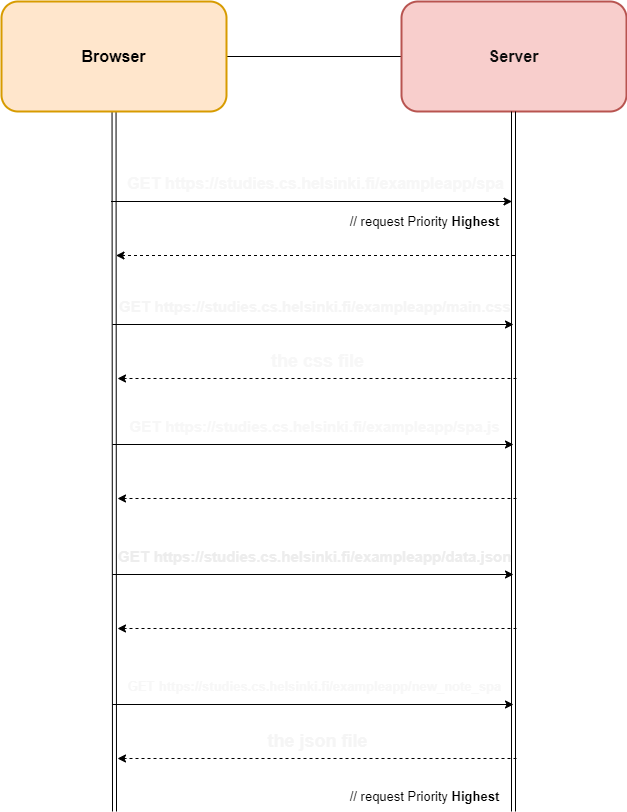
Above: Part0/0.6.drawio.png in AHenrikes/Full-Stack (draw.io), before the change. Source tidied: cells renumbered, new cells last; positions are measured from the earlier drawing's top-left corner, leaving out a move shared by most shapes.
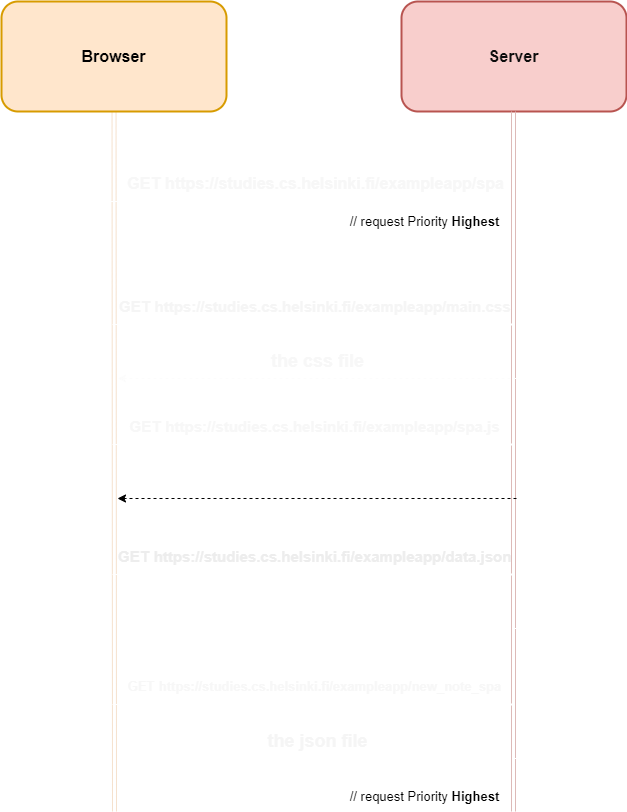
Above is the later version.

The edit, as a diff of the source:
```diff
@@ -2,12 +2,12 @@
   <root>
     <mxCell id="0" />
     <mxCell id="1" parent="0" />
-    <mxCell id="2" style="edgeStyle=none;html=1;fontSize=16;fontColor=#FFFFFF;" parent="1" edge="1" source="4">
+    <mxCell id="2" style="edgeStyle=none;html=1;fontSize=16;fontColor=#FFFFFF;strokeColor=#FFFFFF;" parent="1" edge="1" source="4">
       <mxGeometry relative="1" as="geometry">
         <mxPoint x="411" y="55" as="targetPoint" />
       </mxGeometry>
     </mxCell>
-    <mxCell id="3" style="edgeStyle=none;html=1;fontSize=16;fontColor=#FFFFFF;shape=link;" parent="1" edge="1" source="4">
+    <mxCell id="3" style="edgeStyle=none;html=1;fontSize=16;fontColor=#FFFFFF;shape=link;strokeColor=#f5e1cd;" parent="1" edge="1" source="4">
       <mxGeometry relative="1" as="geometry">
         <mxPoint x="113" y="810" as="targetPoint" />
       </mxGeometry>
@@ -18,13 +18,13 @@
     <mxCell id="5" value="&lt;font color=&quot;#0d0d0d&quot;&gt;Server&lt;/font&gt;" style="rounded=1;whiteSpace=wrap;html=1;fontSize=16;strokeColor=#b85450;fillColor=#f8cecc;fontStyle=1;strokeWidth=2;" parent="1" vertex="1">
       <mxGeometry x="400" width="225" height="110" as="geometry" />
     </mxCell>
-    <mxCell id="6" style="edgeStyle=none;html=1;fontSize=16;fontColor=#FFFFFF;shape=link;" parent="1" edge="1">
+    <mxCell id="6" style="edgeStyle=none;html=1;fontSize=16;fontColor=#FFFFFF;shape=link;strokeColor=#ddbab8;" parent="1" edge="1">
       <mxGeometry relative="1" as="geometry">
         <mxPoint x="512" y="110" as="sourcePoint" />
         <mxPoint x="512" y="810" as="targetPoint" />
       </mxGeometry>
     </mxCell>
-    <mxCell id="7" style="edgeStyle=none;html=1;fontSize=16;fontColor=#FFFFFF;" parent="1" edge="1">
+    <mxCell id="7" style="edgeStyle=none;html=1;fontSize=16;fontColor=#FFFFFF;strokeColor=#FFFFFF;" parent="1" edge="1">
       <mxGeometry relative="1" as="geometry">
         <mxPoint x="109.5" y="200" as="sourcePoint" />
         <mxPoint x="510.5" y="200" as="targetPoint" />
@@ -33,7 +33,7 @@
     <mxCell id="8" value="&lt;table cellpadding=&quot;0&quot; cellspacing=&quot;0&quot; aria-activedescendant=&quot;/GET&quot; aria-label=&quot;&quot; tabindex=&quot;0&quot; role=&quot;tree&quot; class=&quot;treeTable&quot; style=&quot;font-size: 16px;&quot;&gt;&lt;tbody tabindex=&quot;-1&quot; role=&quot;presentation&quot; style=&quot;font-size: 16px;&quot;&gt;&lt;tr class=&quot;treeRow objectRow hasChildren&quot; aria-expanded=&quot;false&quot; aria-selected=&quot;false&quot; aria-level=&quot;1&quot; role=&quot;treeitem&quot; id=&quot;/GET&quot; style=&quot;font-size: 16px;&quot;&gt;&lt;td role=&quot;presentation&quot; style=&quot;--tree-label-cell-indent: 0px; font-size: 16px;&quot; class=&quot;treeLabelCell&quot;&gt;GET&amp;nbsp;&lt;/td&gt;&lt;td role=&quot;presentation&quot; class=&quot;treeValueCell objectCell&quot; style=&quot;font-size: 16px;&quot;&gt;https://studies.cs.helsinki.fi/exampleapp/spa&lt;/td&gt;&lt;/tr&gt;&lt;/tbody&gt;&lt;/table&gt;" style="text;html=1;align=center;verticalAlign=middle;strokeColor=none;fillColor=none;fontSize=16;fontColor=#F7F7F7;fontStyle=1;" parent="1" vertex="1">
       <mxGeometry x="114" y="167" width="400" height="30" as="geometry" />
     </mxCell>
-    <mxCell id="9" style="edgeStyle=none;html=1;fontSize=16;fontColor=#FFFFFF;dashed=1;" parent="1" edge="1">
+    <mxCell id="9" style="edgeStyle=none;html=1;fontSize=16;fontColor=#FFFFFF;dashed=1;strokeColor=#FFFFFF;" parent="1" edge="1">
       <mxGeometry relative="1" as="geometry">
         <mxPoint x="513.5" y="254" as="sourcePoint" />
         <mxPoint x="114.5" y="254" as="targetPoint" />
@@ -42,7 +42,7 @@
     <mxCell id="10" value="HTML Document" style="text;html=1;align=center;verticalAlign=middle;strokeColor=none;fillColor=none;fontSize=18;fontColor=#FFFFFF;fontStyle=1;" parent="1" vertex="1">
       <mxGeometry x="233" y="220" width="161" height="34" as="geometry" />
     </mxCell>
-    <mxCell id="11" style="edgeStyle=none;html=1;fontSize=16;fontColor=#FFFFFF;" parent="1" edge="1">
+    <mxCell id="11" style="edgeStyle=none;html=1;fontSize=16;fontColor=#FFFFFF;strokeColor=#FFFFFF;" parent="1" edge="1">
       <mxGeometry relative="1" as="geometry">
         <mxPoint x="111" y="323" as="sourcePoint" />
         <mxPoint x="512" y="323" as="targetPoint" />
@@ -51,7 +51,7 @@
     <mxCell id="12" value="&lt;table cellpadding=&quot;0&quot; cellspacing=&quot;0&quot; aria-activedescendant=&quot;/GET&quot; aria-label=&quot;&quot; tabindex=&quot;0&quot; role=&quot;tree&quot; class=&quot;treeTable&quot; style=&quot;font-size: 15px;&quot;&gt;&lt;tbody tabindex=&quot;-1&quot; role=&quot;presentation&quot; style=&quot;font-size: 15px;&quot;&gt;&lt;tr class=&quot;treeRow objectRow hasChildren&quot; aria-expanded=&quot;false&quot; aria-selected=&quot;false&quot; aria-level=&quot;1&quot; role=&quot;treeitem&quot; id=&quot;/GET&quot; style=&quot;font-size: 15px;&quot;&gt;&lt;td role=&quot;presentation&quot; style=&quot;--tree-label-cell-indent: 0px; font-size: 15px;&quot; class=&quot;treeLabelCell&quot;&gt;GET&amp;nbsp;&lt;/td&gt;&lt;td role=&quot;presentation&quot; class=&quot;treeValueCell objectCell&quot; style=&quot;font-size: 15px;&quot;&gt;https://studies.cs.helsinki.fi/exampleapp/main.css&lt;/td&gt;&lt;/tr&gt;&lt;/tbody&gt;&lt;/table&gt;" style="text;html=1;align=center;verticalAlign=middle;strokeColor=none;fillColor=none;fontSize=15;fontColor=#F5F5F5;fontStyle=1;" parent="1" vertex="1">
       <mxGeometry x="108" y="290" width="410" height="30" as="geometry" />
     </mxCell>
-    <mxCell id="13" style="edgeStyle=none;html=1;fontSize=16;fontColor=#FFFFFF;dashed=1;" parent="1" edge="1">
+    <mxCell id="13" style="edgeStyle=none;html=1;fontSize=16;fontColor=#FFFFFF;dashed=1;strokeColor=#FCFCFC;" parent="1" edge="1">
       <mxGeometry relative="1" as="geometry">
         <mxPoint x="515" y="377" as="sourcePoint" />
         <mxPoint x="116" y="377" as="targetPoint" />
@@ -60,7 +60,7 @@
     <mxCell id="14" value="the css file" style="text;html=1;align=center;verticalAlign=middle;strokeColor=none;fillColor=none;fontSize=18;fontColor=#F7F7F7;fontStyle=1;" parent="1" vertex="1">
       <mxGeometry x="255.5" y="340" width="120" height="40" as="geometry" />
     </mxCell>
-    <mxCell id="15" style="edgeStyle=none;html=1;fontSize=16;fontColor=#FFFFFF;" parent="1" edge="1">
+    <mxCell id="15" style="edgeStyle=none;html=1;fontSize=16;fontColor=#FFFFFF;strokeColor=#FFFFFF;" parent="1" edge="1">
       <mxGeometry relative="1" as="geometry">
         <mxPoint x="111" y="443" as="sourcePoint" />
         <mxPoint x="512" y="443" as="targetPoint" />
@@ -78,7 +78,7 @@
     <mxCell id="18" value="the javascript file" style="text;html=1;align=center;verticalAlign=middle;strokeColor=none;fillColor=none;fontSize=18;fontColor=#FFFFFF;fontStyle=1;" parent="1" vertex="1">
       <mxGeometry x="230.5" y="460" width="170" height="40" as="geometry" />
     </mxCell>
-    <mxCell id="19" style="edgeStyle=none;html=1;fontSize=16;fontColor=#FFFFFF;" parent="1" edge="1">
+    <mxCell id="19" style="edgeStyle=none;html=1;fontSize=16;fontColor=#FFFFFF;strokeColor=#FFFFFF;" parent="1" edge="1">
       <mxGeometry relative="1" as="geometry">
         <mxPoint x="111" y="573" as="sourcePoint" />
         <mxPoint x="512" y="573" as="targetPoint" />
@@ -87,7 +87,7 @@
     <mxCell id="20" value="&lt;table cellpadding=&quot;0&quot; cellspacing=&quot;0&quot; aria-activedescendant=&quot;/GET&quot; aria-label=&quot;&quot; tabindex=&quot;0&quot; role=&quot;tree&quot; class=&quot;treeTable&quot; style=&quot;font-size: 15px;&quot;&gt;&lt;tbody tabindex=&quot;-1&quot; role=&quot;presentation&quot; style=&quot;font-size: 15px;&quot;&gt;&lt;tr class=&quot;treeRow objectRow hasChildren&quot; aria-expanded=&quot;false&quot; aria-selected=&quot;false&quot; aria-level=&quot;1&quot; role=&quot;treeitem&quot; id=&quot;/GET&quot; style=&quot;font-size: 15px;&quot;&gt;&lt;td role=&quot;presentation&quot; style=&quot;--tree-label-cell-indent: 0px; font-size: 15px;&quot; class=&quot;treeLabelCell&quot;&gt;GET&amp;nbsp;&lt;/td&gt;&lt;td role=&quot;presentation&quot; class=&quot;treeValueCell objectCell&quot; style=&quot;font-size: 15px;&quot;&gt;https://studies.cs.helsinki.fi/exampleapp/data.json&lt;/td&gt;&lt;/tr&gt;&lt;/tbody&gt;&lt;/table&gt;" style="text;html=1;align=center;verticalAlign=middle;strokeColor=none;fillColor=none;fontSize=15;fontColor=#EDEDED;fontStyle=1;" parent="1" vertex="1">
       <mxGeometry x="103" y="540" width="420" height="30" as="geometry" />
     </mxCell>
-    <mxCell id="21" style="edgeStyle=none;html=1;fontSize=16;fontColor=#FFFFFF;dashed=1;" parent="1" edge="1">
+    <mxCell id="21" style="edgeStyle=none;html=1;fontSize=16;fontColor=#FFFFFF;dashed=1;strokeColor=#FFFFFF;" parent="1" edge="1">
       <mxGeometry relative="1" as="geometry">
         <mxPoint x="515" y="627" as="sourcePoint" />
         <mxPoint x="116" y="627" as="targetPoint" />
@@ -96,7 +96,7 @@
     <mxCell id="22" value="the json file" style="text;html=1;align=center;verticalAlign=middle;strokeColor=none;fillColor=none;fontSize=18;fontColor=#FFFFFF;fontStyle=1;" parent="1" vertex="1">
       <mxGeometry x="255.5" y="590" width="120" height="40" as="geometry" />
     </mxCell>
-    <mxCell id="23" style="edgeStyle=none;html=1;fontSize=16;fontColor=#FFFFFF;" parent="1" edge="1">
+    <mxCell id="23" style="edgeStyle=none;html=1;fontSize=16;fontColor=#FFFFFF;strokeColor=#FFFFFF;" parent="1" edge="1">
       <mxGeometry relative="1" as="geometry">
         <mxPoint x="111" y="703" as="sourcePoint" />
         <mxPoint x="512" y="703" as="targetPoint" />
@@ -105,7 +105,7 @@
     <mxCell id="24" value="&lt;table cellpadding=&quot;0&quot; cellspacing=&quot;0&quot; aria-activedescendant=&quot;/GET&quot; aria-label=&quot;&quot; tabindex=&quot;0&quot; role=&quot;tree&quot; class=&quot;treeTable&quot; style=&quot;font-size: 13px;&quot;&gt;&lt;tbody tabindex=&quot;-1&quot; role=&quot;presentation&quot; style=&quot;font-size: 13px;&quot;&gt;&lt;tr class=&quot;treeRow objectRow hasChildren&quot; aria-expanded=&quot;false&quot; aria-selected=&quot;false&quot; aria-level=&quot;1&quot; role=&quot;treeitem&quot; id=&quot;/GET&quot; style=&quot;font-size: 13px;&quot;&gt;&lt;td role=&quot;presentation&quot; style=&quot;--tree-label-cell-indent: 0px; font-size: 13px;&quot; class=&quot;treeLabelCell&quot;&gt;GET&amp;nbsp;&lt;/td&gt;&lt;td role=&quot;presentation&quot; class=&quot;treeValueCell objectCell&quot; style=&quot;font-size: 13px;&quot;&gt;https://studies.cs.helsinki.fi/exampleapp/new_note_spa&lt;/td&gt;&lt;/tr&gt;&lt;/tbody&gt;&lt;/table&gt;" style="text;html=1;align=center;verticalAlign=middle;strokeColor=none;fillColor=none;fontSize=13;fontColor=#F7F7F7;fontStyle=1;" parent="1" vertex="1">
       <mxGeometry x="113" y="670" width="400" height="30" as="geometry" />
     </mxCell>
-    <mxCell id="25" style="edgeStyle=none;html=1;fontSize=16;fontColor=#FFFFFF;dashed=1;" parent="1" edge="1">
+    <mxCell id="25" style="edgeStyle=none;html=1;fontSize=16;fontColor=#FFFFFF;dashed=1;strokeColor=#FFFFFF;" parent="1" edge="1">
       <mxGeometry relative="1" as="geometry">
         <mxPoint x="515" y="757" as="sourcePoint" />
         <mxPoint x="116" y="757" as="targetPoint" />
```
